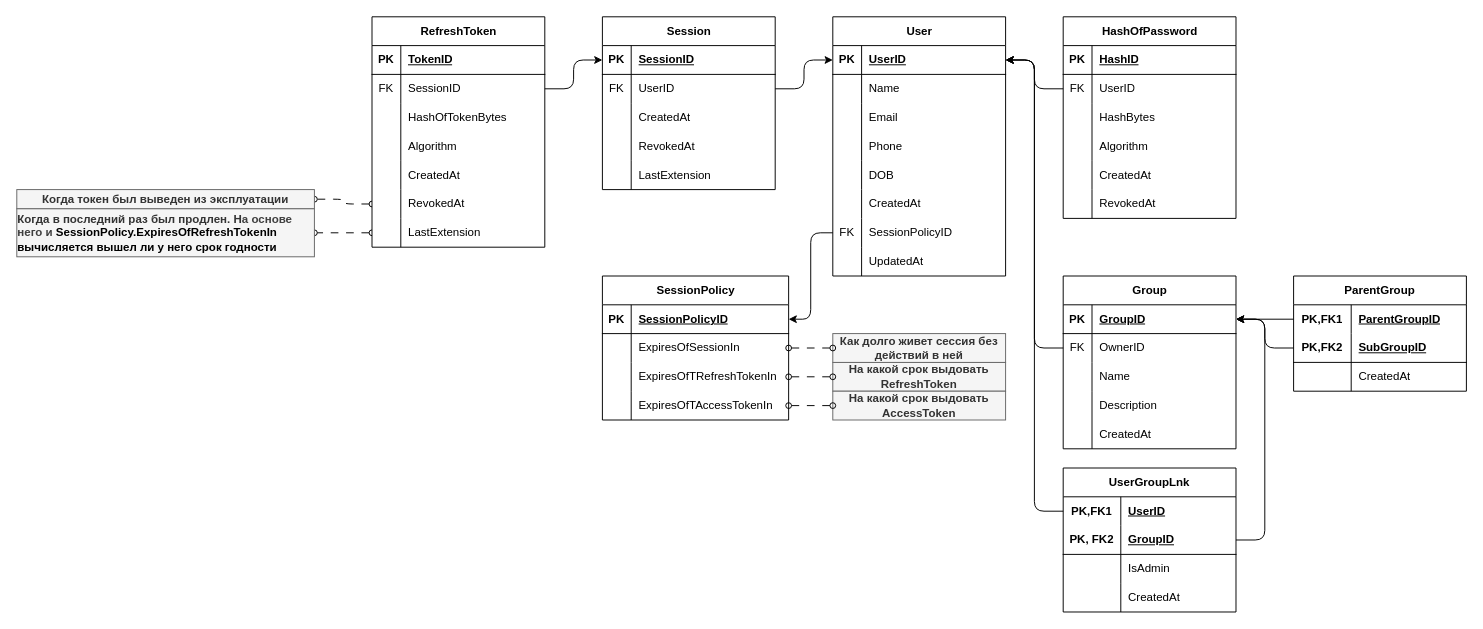
Above: Doc/ER-AuthServer.drawio in Shevchenko-Eduard/SecureEDM (draw.io), before the change. Source tidied: cells renumbered, new cells numbered last; positions are measured from the earlier drawing's top-left corner, leaving out a move shared by most shapes. Both pictures are drawn from the tidied source at 96%, with x=0, y=0 at pixel (16, 16).
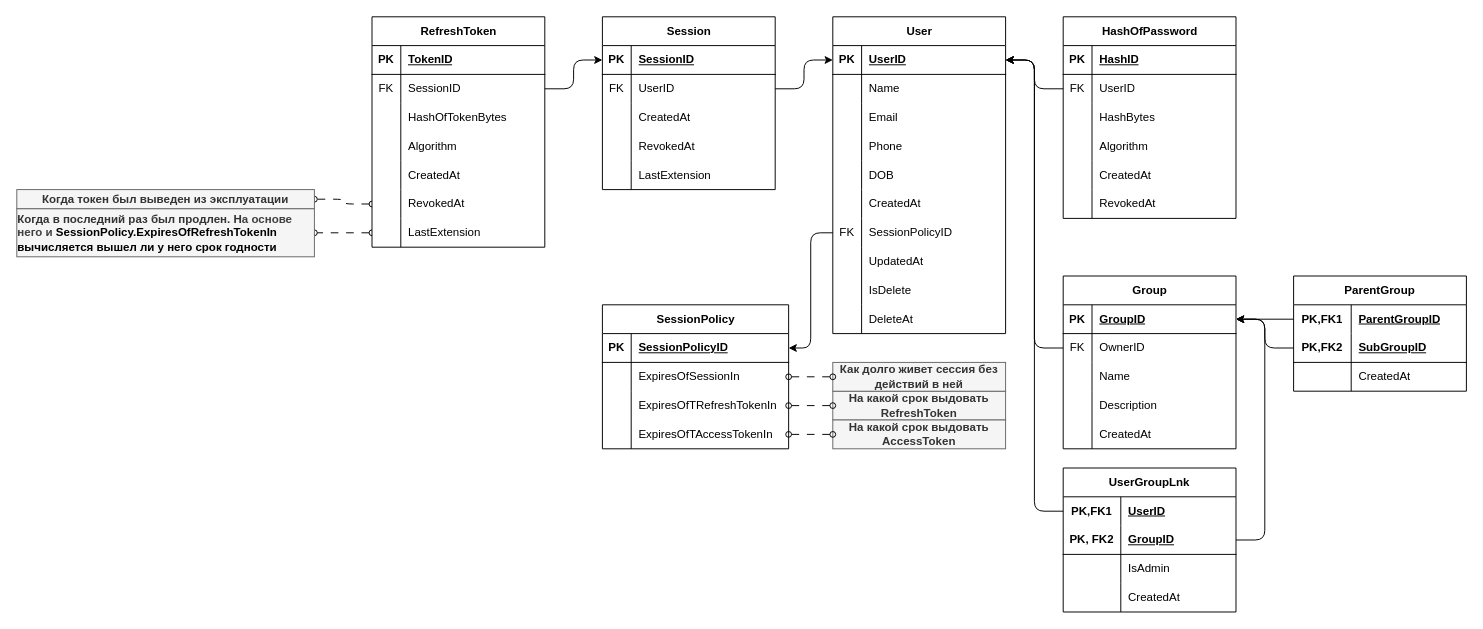
After the change.

The edit, as a diff of the source:
```diff
@@
     <mxCell id="2" value="User" style="shape=table;startSize=30;childLayout=tableLayout;rowLines=0;fontStyle=1;align=center;html=1;swimlaneFillColor=default;" parent="1" vertex="1">
-      <mxGeometry x="850" width="180" height="270" as="geometry" />
+      <mxGeometry x="850" width="180" height="330" as="geometry" />
     </mxCell>
@@
+    <mxCell id="155" style="shape=tableRow;horizontal=0;startSize=0;swimlaneHead=0;swimlaneBody=0;fillColor=none;top=0;left=0;right=0;bottom=0;" parent="2" vertex="1">
+      <mxGeometry y="270" width="180" height="30" as="geometry" />
+    </mxCell>
+    <mxCell id="156" style="shape=partialRectangle;fillColor=none;top=0;left=0;bottom=0;right=0;overflow=hidden;whiteSpace=wrap;html=1;" parent="155" vertex="1">
+      <mxGeometry width="30" height="30" as="geometry" />
+    </mxCell>
+    <mxCell id="157" value="IsDelete" style="shape=partialRectangle;fillColor=none;top=0;left=0;bottom=0;right=0;align=left;spacingLeft=6;overflow=hidden;whiteSpace=wrap;html=1;" parent="155" vertex="1">
+      <mxGeometry x="30" width="150" height="30" as="geometry" />
+    </mxCell>
+    <mxCell id="158" style="shape=tableRow;horizontal=0;startSize=0;swimlaneHead=0;swimlaneBody=0;fillColor=none;top=0;left=0;right=0;bottom=0;" parent="2" vertex="1">
+      <mxGeometry y="300" width="180" height="30" as="geometry" />
+    </mxCell>
+    <mxCell id="159" style="shape=partialRectangle;fillColor=none;top=0;left=0;bottom=0;right=0;overflow=hidden;whiteSpace=wrap;html=1;" parent="158" vertex="1">
+      <mxGeometry width="30" height="30" as="geometry" />
+    </mxCell>
+    <mxCell id="160" value="DeleteAt" style="shape=partialRectangle;fillColor=none;top=0;left=0;bottom=0;right=0;align=left;spacingLeft=6;overflow=hidden;whiteSpace=wrap;html=1;" parent="158" vertex="1">
+      <mxGeometry x="30" width="150" height="30" as="geometry" />
+    </mxCell>
@@
     <mxCell id="132" value="SessionPolicy" style="shape=table;startSize=30;childLayout=tableLayout;rowLines=0;fontStyle=1;align=center;html=1;swimlaneFillColor=default;" parent="1" vertex="1">
-      <mxGeometry x="610" y="270" width="194" height="150" as="geometry" />
+      <mxGeometry x="610" y="300" width="194" height="150" as="geometry" />
     </mxCell>
@@
     <mxCell id="145" value="На какой срок выдовать RefreshToken" style="whiteSpace=wrap;html=1;startSize=30;fontStyle=1;fillColor=#f5f5f5;fontColor=#333333;strokeColor=#666666;" parent="1" vertex="1">
-      <mxGeometry x="850" y="360" width="180" height="30" as="geometry" />
+      <mxGeometry x="850" y="390" width="180" height="30" as="geometry" />
     </mxCell>
     <mxCell id="146" value="На какой срок выдовать AccessToken" style="whiteSpace=wrap;html=1;startSize=30;fontStyle=1;fillColor=#f5f5f5;fontColor=#333333;strokeColor=#666666;" parent="1" vertex="1">
-      <mxGeometry x="850" y="390" width="180" height="30" as="geometry" />
+      <mxGeometry x="850" y="420" width="180" height="30" as="geometry" />
     </mxCell>
     <mxCell id="147" value="Как долго живет сессия без действий в ней" style="whiteSpace=wrap;html=1;startSize=30;fontStyle=1;fillColor=#f5f5f5;fontColor=#333333;strokeColor=#666666;" parent="1" vertex="1">
-      <mxGeometry x="850" y="330" width="180" height="30" as="geometry" />
+      <mxGeometry x="850" y="360" width="180" height="30" as="geometry" />
     </mxCell>
```
